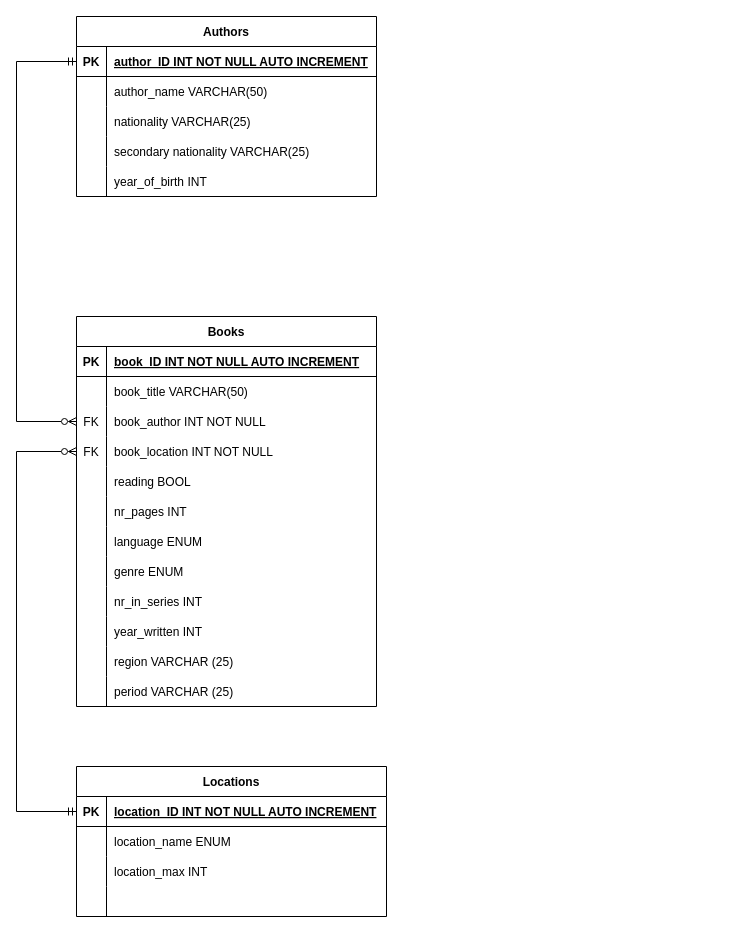
Above: ERD MyLibrary.drawio in Linneadb/ReadingDB (draw.io), before the change. Source tidied: cells renumbered, new cells numbered last; positions are measured from the earlier drawing's top-left corner, leaving out a move shared by most shapes. Both pictures are drawn from the tidied source at 100%, with x=0, y=0 at pixel (16, 16).
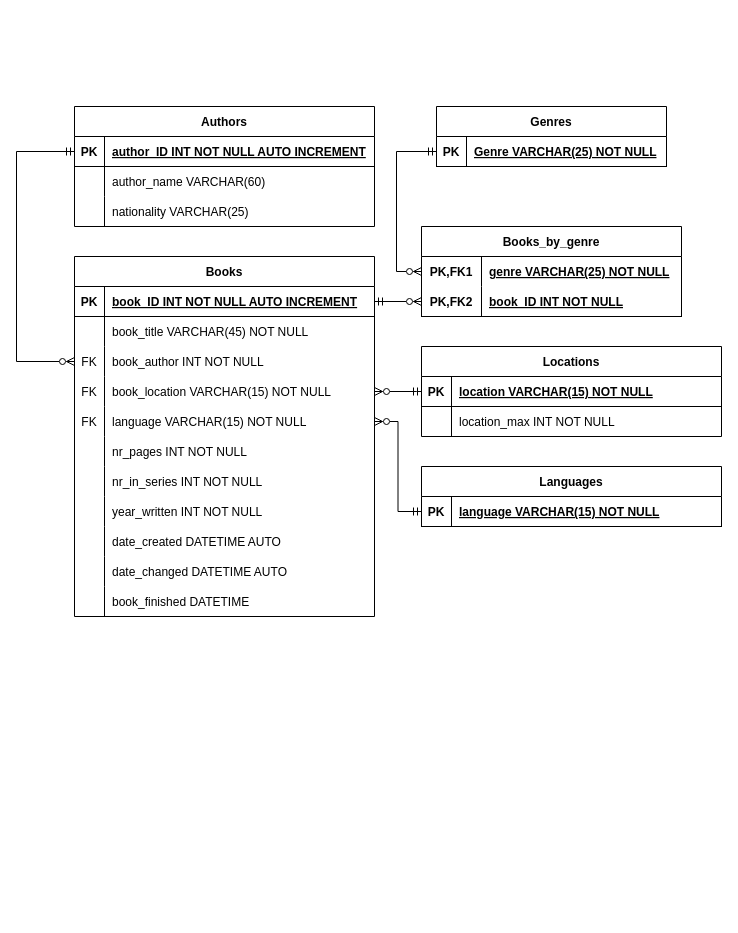
After the change.

Commit message:
With junction-table

The change refers to these unchanged cells:
```xml
<mxCell id="3" style="shape=tableRow;horizontal=0;startSize=0;swimlaneHead=0;swimlaneBody=0;fillColor=none;points=[[0,0.5],[1,0.5]];portConstraint=eastwest;top=0;left=0;right=0;bottom=1;" parent="2" vertex="1">
  <mxGeometry y="30" width="300" height="30" as="geometry" />
</mxCell>
<mxCell id="6" style="shape=tableRow;horizontal=0;startSize=0;swimlaneHead=0;swimlaneBody=0;fillColor=none;top=0;left=0;right=0;bottom=0;" parent="2" vertex="1">
  <mxGeometry y="60" width="300" height="30" as="geometry" />
</mxCell>
<mxCell id="9" style="shape=tableRow;horizontal=0;startSize=0;swimlaneHead=0;swimlaneBody=0;fillColor=none;points=[[0,0.5],[1,0.5]];portConstraint=eastwest;top=0;left=0;right=0;bottom=0;" parent="2" vertex="1">
  <mxGeometry y="90" width="300" height="30" as="geometry" />
</mxCell>
<mxCell id="12" style="shape=tableRow;horizontal=0;startSize=0;swimlaneHead=0;swimlaneBody=0;fillColor=none;points=[[0,0.5],[1,0.5]];portConstraint=eastwest;top=0;left=0;right=0;bottom=0;" parent="2" vertex="1">
  <mxGeometry y="120" width="300" height="30" as="geometry" />
</mxCell>
<mxCell id="18" style="shape=tableRow;horizontal=0;startSize=0;swimlaneHead=0;swimlaneBody=0;fillColor=none;top=0;left=0;right=0;bottom=0;" parent="2" vertex="1">
  <mxGeometry y="180" width="300" height="30" as="geometry" />
</mxCell>
<mxCell id="33" style="shape=tableRow;horizontal=0;startSize=0;swimlaneHead=0;swimlaneBody=0;fillColor=none;top=0;left=0;right=0;bottom=0;" parent="2" vertex="1">
  <mxGeometry y="330" width="300" height="30" as="geometry" />
</mxCell>
<mxCell id="40" style="shape=tableRow;horizontal=0;startSize=0;swimlaneHead=0;swimlaneBody=0;fillColor=none;points=[[0,0.5],[1,0.5]];portConstraint=eastwest;top=0;left=0;right=0;bottom=1;" parent="39" vertex="1">
  <mxGeometry y="30" width="300" height="30" as="geometry" />
</mxCell>
<mxCell id="43" style="shape=tableRow;horizontal=0;startSize=0;swimlaneHead=0;swimlaneBody=0;fillColor=none;top=0;left=0;right=0;bottom=0;" parent="39" vertex="1">
  <mxGeometry y="60" width="300" height="30" as="geometry" />
</mxCell>
```

Diff of the diagram source:
```diff
@@
     <mxCell id="2" value="Books" style="shape=table;startSize=30;childLayout=tableLayout;rowLines=0;fontStyle=1;align=center;" parent="1" vertex="1">
-      <mxGeometry x="60" y="300" width="300" height="390" as="geometry" />
+      <mxGeometry x="58" y="240" width="300" height="360" as="geometry" />
     </mxCell>
@@
-    <mxCell id="8" value="book_title VARCHAR(50)" style="shape=partialRectangle;fillColor=none;top=0;left=0;bottom=0;right=0;align=left;spacingLeft=6;overflow=hidden;" parent="6" vertex="1">
+    <mxCell id="8" value="book_title VARCHAR(45) NOT NULL" style="shape=partialRectangle;fillColor=none;top=0;left=0;bottom=0;right=0;align=left;spacingLeft=6;overflow=hidden;" parent="6" vertex="1">
       <mxGeometry x="30" width="270" height="30" as="geometry" />
     </mxCell>
@@
-    <mxCell id="14" value="book_location INT NOT NULL" style="shape=partialRectangle;fillColor=none;top=0;left=0;bottom=0;right=0;align=left;spacingLeft=6;overflow=hidden;" parent="12" vertex="1">
+    <mxCell id="14" value="book_location VARCHAR(15) NOT NULL" style="shape=partialRectangle;fillColor=none;top=0;left=0;bottom=0;right=0;align=left;spacingLeft=6;overflow=hidden;" parent="12" vertex="1">
       <mxGeometry x="30" width="270" height="30" as="geometry" />
     </mxCell>
-    <mxCell id="15" style="shape=tableRow;horizontal=0;startSize=0;swimlaneHead=0;swimlaneBody=0;fillColor=none;top=0;left=0;right=0;bottom=0;" parent="2" vertex="1">
-      <mxGeometry y="150" width="300" height="30" as="geometry" />
-    </mxCell>
-    <mxCell id="16" style="shape=partialRectangle;fillColor=none;top=0;left=0;bottom=0;right=0;overflow=hidden;" parent="15" vertex="1">
-      <mxGeometry width="30" height="30" as="geometry" />
-    </mxCell>
-    <mxCell id="17" value="reading BOOL" style="shape=partialRectangle;fillColor=none;top=0;left=0;bottom=0;right=0;align=left;spacingLeft=6;overflow=hidden;" parent="15" vertex="1">
-      <mxGeometry x="30" width="270" height="30" as="geometry" />
-    </mxCell>
+    <mxCell id="21" style="shape=tableRow;horizontal=0;startSize=0;swimlaneHead=0;swimlaneBody=0;fillColor=none;points=[[0,0.5],[1,0.5]];portConstraint=eastwest;top=0;left=0;right=0;bottom=0;" parent="2" vertex="1">
+      <mxGeometry y="150" width="300" height="30" as="geometry" />
+    </mxCell>
+    <mxCell id="22" value="FK" style="shape=partialRectangle;fillColor=none;top=0;left=0;bottom=0;right=0;overflow=hidden;" parent="21" vertex="1">
+      <mxGeometry width="30" height="30" as="geometry" />
+    </mxCell>
+    <mxCell id="23" value="language VARCHAR(15) NOT NULL" style="shape=partialRectangle;fillColor=none;top=0;left=0;bottom=0;right=0;align=left;spacingLeft=6;overflow=hidden;" parent="21" vertex="1">
+      <mxGeometry x="30" width="270" height="30" as="geometry" />
+    </mxCell>
@@
-    <mxCell id="20" value="nr_pages INT" style="shape=partialRectangle;fillColor=none;top=0;left=0;bottom=0;right=0;align=left;spacingLeft=6;overflow=hidden;" parent="18" vertex="1">
+    <mxCell id="20" value="nr_pages INT NOT NULL" style="shape=partialRectangle;fillColor=none;top=0;left=0;bottom=0;right=0;align=left;spacingLeft=6;overflow=hidden;" parent="18" vertex="1">
       <mxGeometry x="30" width="270" height="30" as="geometry" />
     </mxCell>
-    <mxCell id="21" style="shape=tableRow;horizontal=0;startSize=0;swimlaneHead=0;swimlaneBody=0;fillColor=none;points=[[0,0.5],[1,0.5]];portConstraint=eastwest;top=0;left=0;right=0;bottom=0;" parent="2" vertex="1">
-      <mxGeometry y="210" width="300" height="30" as="geometry" />
-    </mxCell>
-    <mxCell id="22" style="shape=partialRectangle;fillColor=none;top=0;left=0;bottom=0;right=0;overflow=hidden;" parent="21" vertex="1">
-      <mxGeometry width="30" height="30" as="geometry" />
-    </mxCell>
-    <mxCell id="23" value="language ENUM" style="shape=partialRectangle;fillColor=none;top=0;left=0;bottom=0;right=0;align=left;spacingLeft=6;overflow=hidden;" parent="21" vertex="1">
-      <mxGeometry x="30" width="270" height="30" as="geometry" />
-    </mxCell>
-    <mxCell id="24" style="shape=tableRow;horizontal=0;startSize=0;swimlaneHead=0;swimlaneBody=0;fillColor=none;top=0;left=0;right=0;bottom=0;" parent="2" vertex="1">
-      <mxGeometry y="240" width="300" height="30" as="geometry" />
-    </mxCell>
-    <mxCell id="25" style="shape=partialRectangle;fillColor=none;top=0;left=0;bottom=0;right=0;overflow=hidden;" parent="24" vertex="1">
-      <mxGeometry width="30" height="30" as="geometry" />
-    </mxCell>
-    <mxCell id="26" value="genre ENUM" style="shape=partialRectangle;fillColor=none;top=0;left=0;bottom=0;right=0;align=left;spacingLeft=6;overflow=hidden;" parent="24" vertex="1">
-      <mxGeometry x="30" width="270" height="30" as="geometry" />
-    </mxCell>
     <mxCell id="27" style="shape=tableRow;horizontal=0;startSize=0;swimlaneHead=0;swimlaneBody=0;fillColor=none;top=0;left=0;right=0;bottom=0;" parent="2" vertex="1">
-      <mxGeometry y="270" width="300" height="30" as="geometry" />
+      <mxGeometry y="210" width="300" height="30" as="geometry" />
     </mxCell>
@@
-    <mxCell id="29" value="nr_in_series INT" style="shape=partialRectangle;fillColor=none;top=0;left=0;bottom=0;right=0;align=left;spacingLeft=6;overflow=hidden;" parent="27" vertex="1">
+    <mxCell id="29" value="nr_in_series INT NOT NULL" style="shape=partialRectangle;fillColor=none;top=0;left=0;bottom=0;right=0;align=left;spacingLeft=6;overflow=hidden;" parent="27" vertex="1">
       <mxGeometry x="30" width="270" height="30" as="geometry" />
     </mxCell>
     <mxCell id="30" style="shape=tableRow;horizontal=0;startSize=0;swimlaneHead=0;swimlaneBody=0;fillColor=none;top=0;left=0;right=0;bottom=0;" parent="2" vertex="1">
-      <mxGeometry y="300" width="300" height="30" as="geometry" />
+      <mxGeometry y="240" width="300" height="30" as="geometry" />
     </mxCell>
@@
-    <mxCell id="32" value="year_written INT" style="shape=partialRectangle;fillColor=none;top=0;left=0;bottom=0;right=0;align=left;spacingLeft=6;overflow=hidden;" parent="30" vertex="1">
+    <mxCell id="32" value="year_written INT NOT NULL" style="shape=partialRectangle;fillColor=none;top=0;left=0;bottom=0;right=0;align=left;spacingLeft=6;overflow=hidden;" parent="30" vertex="1">
       <mxGeometry x="30" width="270" height="30" as="geometry" />
     </mxCell>
+    <mxCell id="70" style="shape=tableRow;horizontal=0;startSize=0;swimlaneHead=0;swimlaneBody=0;fillColor=none;top=0;left=0;right=0;bottom=0;" parent="2" vertex="1">
+      <mxGeometry y="270" width="300" height="30" as="geometry" />
+    </mxCell>
+    <mxCell id="71" style="shape=partialRectangle;fillColor=none;top=0;left=0;bottom=0;right=0;overflow=hidden;" parent="70" vertex="1">
+      <mxGeometry width="30" height="30" as="geometry" />
+    </mxCell>
+    <mxCell id="72" value="date_created DATETIME AUTO" style="shape=partialRectangle;fillColor=none;top=0;left=0;bottom=0;right=0;align=left;spacingLeft=6;overflow=hidden;" parent="70" vertex="1">
+      <mxGeometry x="30" width="270" height="30" as="geometry" />
+    </mxCell>
+    <mxCell id="73" style="shape=tableRow;horizontal=0;startSize=0;swimlaneHead=0;swimlaneBody=0;fillColor=none;top=0;left=0;right=0;bottom=0;" parent="2" vertex="1">
+      <mxGeometry y="300" width="300" height="30" as="geometry" />
+    </mxCell>
+    <mxCell id="74" style="shape=partialRectangle;fillColor=none;top=0;left=0;bottom=0;right=0;overflow=hidden;" parent="73" vertex="1">
+      <mxGeometry width="30" height="30" as="geometry" />
+    </mxCell>
+    <mxCell id="75" value="date_changed DATETIME AUTO" style="shape=partialRectangle;fillColor=none;top=0;left=0;bottom=0;right=0;align=left;spacingLeft=6;overflow=hidden;" parent="73" vertex="1">
+      <mxGeometry x="30" width="270" height="30" as="geometry" />
+    </mxCell>
@@
-    <mxCell id="34" style="shape=partialRectangle;fillColor=none;top=0;left=0;bottom=0;right=0;overflow=hidden;" parent="33" vertex="1">
-      <mxGeometry width="30" height="30" as="geometry" />
-    </mxCell>
-    <mxCell id="35" value="region VARCHAR (25)" style="shape=partialRectangle;fillColor=none;top=0;left=0;bottom=0;right=0;align=left;spacingLeft=6;overflow=hidden;" parent="33" vertex="1">
-      <mxGeometry x="30" width="270" height="30" as="geometry" />
-    </mxCell>
-    <mxCell id="36" style="shape=tableRow;horizontal=0;startSize=0;swimlaneHead=0;swimlaneBody=0;fillColor=none;top=0;left=0;right=0;bottom=0;" parent="2" vertex="1">
-      <mxGeometry y="360" width="300" height="30" as="geometry" />
-    </mxCell>
-    <mxCell id="37" style="shape=partialRectangle;fillColor=none;top=0;left=0;bottom=0;right=0;overflow=hidden;" parent="36" vertex="1">
-      <mxGeometry width="30" height="30" as="geometry" />
-    </mxCell>
-    <mxCell id="38" value="period VARCHAR (25)" style="shape=partialRectangle;fillColor=none;top=0;left=0;bottom=0;right=0;align=left;spacingLeft=6;overflow=hidden;" parent="36" vertex="1">
-      <mxGeometry x="30" width="270" height="30" as="geometry" />
-    </mxCell>
+    <mxCell id="76" style="shape=partialRectangle;fillColor=none;top=0;left=0;bottom=0;right=0;overflow=hidden;" parent="33" vertex="1">
+      <mxGeometry width="30" height="30" as="geometry" />
+    </mxCell>
+    <mxCell id="77" value="book_finished DATETIME" style="shape=partialRectangle;fillColor=none;top=0;left=0;bottom=0;right=0;align=left;spacingLeft=6;overflow=hidden;" parent="33" vertex="1">
+      <mxGeometry x="30" width="270" height="30" as="geometry" />
+    </mxCell>
     <mxCell id="39" value="Authors" style="shape=table;startSize=30;childLayout=tableLayout;rowLines=0;fontStyle=1;align=center;" parent="1" vertex="1">
-      <mxGeometry x="60" width="300" height="180" as="geometry" />
+      <mxGeometry x="58" y="90" width="300" height="120" as="geometry" />
     </mxCell>
@@
-    <mxCell id="45" value="author_name VARCHAR(50)" style="shape=partialRectangle;fillColor=none;top=0;left=0;bottom=0;right=0;align=left;spacingLeft=6;overflow=hidden;" parent="43" vertex="1">
+    <mxCell id="45" value="author_name VARCHAR(60)" style="shape=partialRectangle;fillColor=none;top=0;left=0;bottom=0;right=0;align=left;spacingLeft=6;overflow=hidden;" parent="43" vertex="1">
       <mxGeometry x="30" width="270" height="30" as="geometry" />
     </mxCell>
@@
-    <mxCell id="49" style="shape=tableRow;horizontal=0;startSize=0;swimlaneHead=0;swimlaneBody=0;fillColor=none;top=0;left=0;right=0;bottom=0;" parent="39" vertex="1">
-      <mxGeometry y="120" width="300" height="30" as="geometry" />
-    </mxCell>
-    <mxCell id="50" style="shape=partialRectangle;fillColor=none;top=0;left=0;bottom=0;right=0;overflow=hidden;" parent="49" vertex="1">
-      <mxGeometry width="30" height="30" as="geometry" />
-    </mxCell>
-    <mxCell id="51" value="secondary nationality VARCHAR(25)" style="shape=partialRectangle;fillColor=none;top=0;left=0;bottom=0;right=0;align=left;spacingLeft=6;overflow=hidden;" parent="49" vertex="1">
-      <mxGeometry x="30" width="270" height="30" as="geometry" />
-    </mxCell>
-    <mxCell id="52" style="shape=tableRow;horizontal=0;startSize=0;swimlaneHead=0;swimlaneBody=0;fillColor=none;top=0;left=0;right=0;bottom=0;" parent="39" vertex="1">
-      <mxGeometry y="150" width="300" height="30" as="geometry" />
-    </mxCell>
-    <mxCell id="53" style="shape=partialRectangle;fillColor=none;top=0;left=0;bottom=0;right=0;overflow=hidden;" parent="52" vertex="1">
-      <mxGeometry width="30" height="30" as="geometry" />
-    </mxCell>
-    <mxCell id="54" value="year_of_birth INT" style="shape=partialRectangle;fillColor=none;top=0;left=0;bottom=0;right=0;align=left;spacingLeft=6;overflow=hidden;" parent="52" vertex="1">
-      <mxGeometry x="30" width="270" height="30" as="geometry" />
-    </mxCell>
     <mxCell id="55" value="Locations" style="shape=table;startSize=30;childLayout=tableLayout;rowLines=0;fontStyle=1;align=center;" parent="1" vertex="1">
-      <mxGeometry x="60" y="750" width="310" height="150" as="geometry" />
+      <mxGeometry x="405" y="330" width="300" height="90" as="geometry" />
     </mxCell>
     <mxCell id="56" style="shape=tableRow;horizontal=0;startSize=0;swimlaneHead=0;swimlaneBody=0;fillColor=none;points=[[0,0.5],[1,0.5]];portConstraint=eastwest;top=0;left=0;right=0;bottom=1;" parent="55" vertex="1">
-      <mxGeometry y="30" width="310" height="30" as="geometry" />
+      <mxGeometry y="30" width="300" height="30" as="geometry" />
     </mxCell>
@@
-    <mxCell id="58" value="location_ID INT NOT NULL AUTO INCREMENT" style="shape=partialRectangle;fillColor=none;top=0;left=0;bottom=0;right=0;align=left;spacingLeft=6;fontStyle=5;overflow=hidden;" parent="56" vertex="1">
-      <mxGeometry x="30" width="280" height="30" as="geometry" />
+    <mxCell id="58" value="location VARCHAR(15) NOT NULL" style="shape=partialRectangle;fillColor=none;top=0;left=0;bottom=0;right=0;align=left;spacingLeft=6;fontStyle=5;overflow=hidden;" parent="56" vertex="1">
+      <mxGeometry x="30" width="270" height="30" as="geometry" />
     </mxCell>
-    <mxCell id="59" style="shape=tableRow;horizontal=0;startSize=0;swimlaneHead=0;swimlaneBody=0;fillColor=none;top=0;left=0;right=0;bottom=0;" parent="55" vertex="1">
-      <mxGeometry y="60" width="310" height="30" as="geometry" />
-    </mxCell>
-    <mxCell id="60" style="shape=partialRectangle;fillColor=none;top=0;left=0;bottom=0;right=0;overflow=hidden;" parent="59" vertex="1">
-      <mxGeometry width="30" height="30" as="geometry" />
-    </mxCell>
-    <mxCell id="61" value="location_name ENUM" style="shape=partialRectangle;fillColor=none;top=0;left=0;bottom=0;right=0;align=left;spacingLeft=6;overflow=hidden;" parent="59" vertex="1">
-      <mxGeometry x="30" width="280" height="30" as="geometry" />
-    </mxCell>
     <mxCell id="62" style="shape=tableRow;horizontal=0;startSize=0;swimlaneHead=0;swimlaneBody=0;fillColor=none;top=0;left=0;right=0;bottom=0;" parent="55" vertex="1">
-      <mxGeometry y="90" width="310" height="30" as="geometry" />
+      <mxGeometry y="60" width="300" height="30" as="geometry" />
     </mxCell>
@@
-    <mxCell id="64" value="location_max INT" style="shape=partialRectangle;fillColor=none;top=0;left=0;bottom=0;right=0;align=left;spacingLeft=6;overflow=hidden;" parent="62" vertex="1">
-      <mxGeometry x="30" width="280" height="30" as="geometry" />
+    <mxCell id="64" value="location_max INT NOT NULL" style="shape=partialRectangle;fillColor=none;top=0;left=0;bottom=0;right=0;align=left;spacingLeft=6;overflow=hidden;" parent="62" vertex="1">
+      <mxGeometry x="30" width="270" height="30" as="geometry" />
     </mxCell>
-    <mxCell id="65" style="shape=tableRow;horizontal=0;startSize=0;swimlaneHead=0;swimlaneBody=0;fillColor=none;top=0;left=0;right=0;bottom=0;" parent="55" vertex="1">
-      <mxGeometry y="120" width="310" height="30" as="geometry" />
-    </mxCell>
-    <mxCell id="66" style="shape=partialRectangle;fillColor=none;top=0;left=0;bottom=0;right=0;overflow=hidden;" parent="65" vertex="1">
-      <mxGeometry width="30" height="30" as="geometry" />
-    </mxCell>
-    <mxCell id="67" style="shape=partialRectangle;fillColor=none;top=0;left=0;bottom=0;right=0;align=left;spacingLeft=6;overflow=hidden;" parent="65" vertex="1">
-      <mxGeometry x="30" width="280" height="30" as="geometry" />
-    </mxCell>
-    <mxCell id="68" style="edgeStyle=orthogonalEdgeStyle;rounded=0;jettySize=auto;html=1;exitX=0;exitY=0.5;exitDx=0;exitDy=0;entryX=0;entryY=0.5;entryDx=0;entryDy=0;endArrow=ERmandOne;endFill=0;startArrow=ERzeroToMany;startFill=0;" parent="1" edge="1" source="12" target="56">
+    <mxCell id="68" style="edgeStyle=orthogonalEdgeStyle;rounded=0;jettySize=auto;html=1;exitX=1;exitY=0.5;exitDx=0;exitDy=0;entryX=0;entryY=0.5;entryDx=0;entryDy=0;endArrow=ERmandOne;endFill=0;startArrow=ERzeroToMany;startFill=0;" parent="1" edge="1" source="12" target="56">
       <mxGeometry x="-0.1" y="120" relative="1" as="geometry">
         <Array as="points">
-          <mxPoint y="435" />
-          <mxPoint y="795" />
+          <mxPoint x="400" y="375" />
+          <mxPoint x="400" y="375" />
         </Array>
       </mxGeometry>
     </mxCell>
     <mxCell id="69" style="edgeStyle=orthogonalEdgeStyle;rounded=0;jettySize=auto;html=1;exitX=0;exitY=0.5;exitDx=0;exitDy=0;startArrow=ERzeroToMany;startFill=0;endArrow=ERmandOne;endFill=0;entryX=0;entryY=0.5;entryDx=0;entryDy=0;" parent="1" edge="1" source="9" target="40">
       <mxGeometry relative="1" as="geometry">
         <Array as="points">
-          <mxPoint y="405" />
-          <mxPoint y="45" />
+          <mxPoint y="345" />
+          <mxPoint y="135" />
         </Array>
       </mxGeometry>
     </mxCell>
+    <mxCell id="78" style="edgeStyle=orthogonalEdgeStyle;rounded=0;jettySize=auto;html=1;exitX=0;exitY=0.75;exitDx=0;exitDy=0;entryX=1;entryY=0.5;entryDx=0;entryDy=0;startArrow=ERmandOne;startFill=0;endArrow=ERzeroToMany;endFill=0;" parent="1" edge="1" source="79" target="21">
+      <mxGeometry relative="1" as="geometry" />
+    </mxCell>
+    <mxCell id="79" value="Languages" style="shape=table;startSize=30;childLayout=tableLayout;rowLines=0;fontStyle=1;align=center;" parent="1" vertex="1">
+      <mxGeometry x="405" y="450" width="300" height="60" as="geometry" />
+    </mxCell>
+    <mxCell id="80" style="shape=tableRow;horizontal=0;startSize=0;swimlaneHead=0;swimlaneBody=0;fillColor=none;top=0;left=0;right=0;bottom=1;" parent="79" vertex="1">
+      <mxGeometry y="30" width="300" height="30" as="geometry" />
+    </mxCell>
+    <mxCell id="81" value="PK" style="shape=partialRectangle;fillColor=none;top=0;left=0;bottom=0;right=0;fontStyle=1;overflow=hidden;" parent="80" vertex="1">
+      <mxGeometry width="30" height="30" as="geometry" />
+    </mxCell>
+    <mxCell id="82" value="language VARCHAR(15) NOT NULL" style="shape=partialRectangle;fillColor=none;top=0;left=0;bottom=0;right=0;align=left;spacingLeft=6;fontStyle=5;overflow=hidden;" parent="80" vertex="1">
+      <mxGeometry x="30" width="270" height="30" as="geometry" />
+    </mxCell>
+    <mxCell id="83" value="Genres" style="shape=table;startSize=30;childLayout=tableLayout;rowLines=0;fontStyle=1;align=center;" parent="1" vertex="1">
+      <mxGeometry x="420" y="90" width="230" height="60" as="geometry" />
+    </mxCell>
+    <mxCell id="84" style="shape=tableRow;horizontal=0;startSize=0;swimlaneHead=0;swimlaneBody=0;fillColor=none;points=[[0,0.5],[1,0.5]];portConstraint=eastwest;top=0;left=0;right=0;bottom=1;" parent="83" vertex="1">
+      <mxGeometry y="30" width="230" height="30" as="geometry" />
+    </mxCell>
+    <mxCell id="85" value="PK" style="shape=partialRectangle;fillColor=none;top=0;left=0;bottom=0;right=0;fontStyle=1;overflow=hidden;" parent="84" vertex="1">
+      <mxGeometry width="30" height="30" as="geometry" />
+    </mxCell>
+    <mxCell id="86" value="Genre VARCHAR(25) NOT NULL" style="shape=partialRectangle;fillColor=none;top=0;left=0;bottom=0;right=0;align=left;spacingLeft=6;fontStyle=5;overflow=hidden;" parent="84" vertex="1">
+      <mxGeometry x="30" width="200" height="30" as="geometry" />
+    </mxCell>
+    <mxCell id="87" value="Books_by_genre" style="shape=table;startSize=30;childLayout=tableLayout;rowLines=0;fontStyle=1;align=center;" parent="1" vertex="1">
+      <mxGeometry x="405" y="210" width="260" height="90" as="geometry" />
+    </mxCell>
+    <mxCell id="88" style="shape=tableRow;horizontal=0;startSize=0;swimlaneHead=0;swimlaneBody=0;fillColor=none;points=[[0,0.5],[1,0.5]];portConstraint=eastwest;top=0;left=0;right=0;bottom=0;" parent="87" vertex="1">
+      <mxGeometry y="30" width="260" height="30" as="geometry" />
+    </mxCell>
+    <mxCell id="89" value="PK,FK1" style="shape=partialRectangle;fillColor=none;top=0;left=0;bottom=0;right=0;fontStyle=1;overflow=hidden;" parent="88" vertex="1">
+      <mxGeometry width="60" height="30" as="geometry" />
+    </mxCell>
+    <mxCell id="90" value="genre VARCHAR(25) NOT NULL" style="shape=partialRectangle;fillColor=none;top=0;left=0;bottom=0;right=0;align=left;spacingLeft=6;fontStyle=5;overflow=hidden;" parent="88" vertex="1">
+      <mxGeometry x="60" width="200" height="30" as="geometry" />
+    </mxCell>
+    <mxCell id="91" style="shape=tableRow;horizontal=0;startSize=0;swimlaneHead=0;swimlaneBody=0;fillColor=none;points=[[0,0.5],[1,0.5]];portConstraint=eastwest;top=0;left=0;right=0;bottom=1;" parent="87" vertex="1">
+      <mxGeometry y="60" width="260" height="30" as="geometry" />
+    </mxCell>
+    <mxCell id="92" value="PK,FK2" style="shape=partialRectangle;fillColor=none;top=0;left=0;bottom=0;right=0;fontStyle=1;overflow=hidden;" parent="91" vertex="1">
+      <mxGeometry width="60" height="30" as="geometry" />
+    </mxCell>
+    <mxCell id="93" value="book_ID INT NOT NULL" style="shape=partialRectangle;fillColor=none;top=0;left=0;bottom=0;right=0;align=left;spacingLeft=6;fontStyle=5;overflow=hidden;" parent="91" vertex="1">
+      <mxGeometry x="60" width="200" height="30" as="geometry" />
+    </mxCell>
+    <mxCell id="94" style="edgeStyle=orthogonalEdgeStyle;rounded=0;jettySize=auto;html=1;exitX=1;exitY=0.5;exitDx=0;exitDy=0;entryX=0;entryY=0.5;entryDx=0;entryDy=0;startArrow=ERmandOne;startFill=0;endArrow=ERzeroToMany;endFill=0;" parent="1" edge="1" source="3" target="91">
+      <mxGeometry relative="1" as="geometry" />
+    </mxCell>
+    <mxCell id="95" style="edgeStyle=orthogonalEdgeStyle;rounded=0;jettySize=auto;html=1;exitX=0;exitY=0.5;exitDx=0;exitDy=0;entryX=0;entryY=0.5;entryDx=0;entryDy=0;startArrow=ERmandOne;startFill=0;endArrow=ERzeroToMany;endFill=0;" parent="1" edge="1" source="84" target="88">
+      <mxGeometry relative="1" as="geometry">
+        <Array as="points">
+          <mxPoint x="380" y="135" />
+          <mxPoint x="380" y="255" />
+        </Array>
+      </mxGeometry>
+    </mxCell>
```
